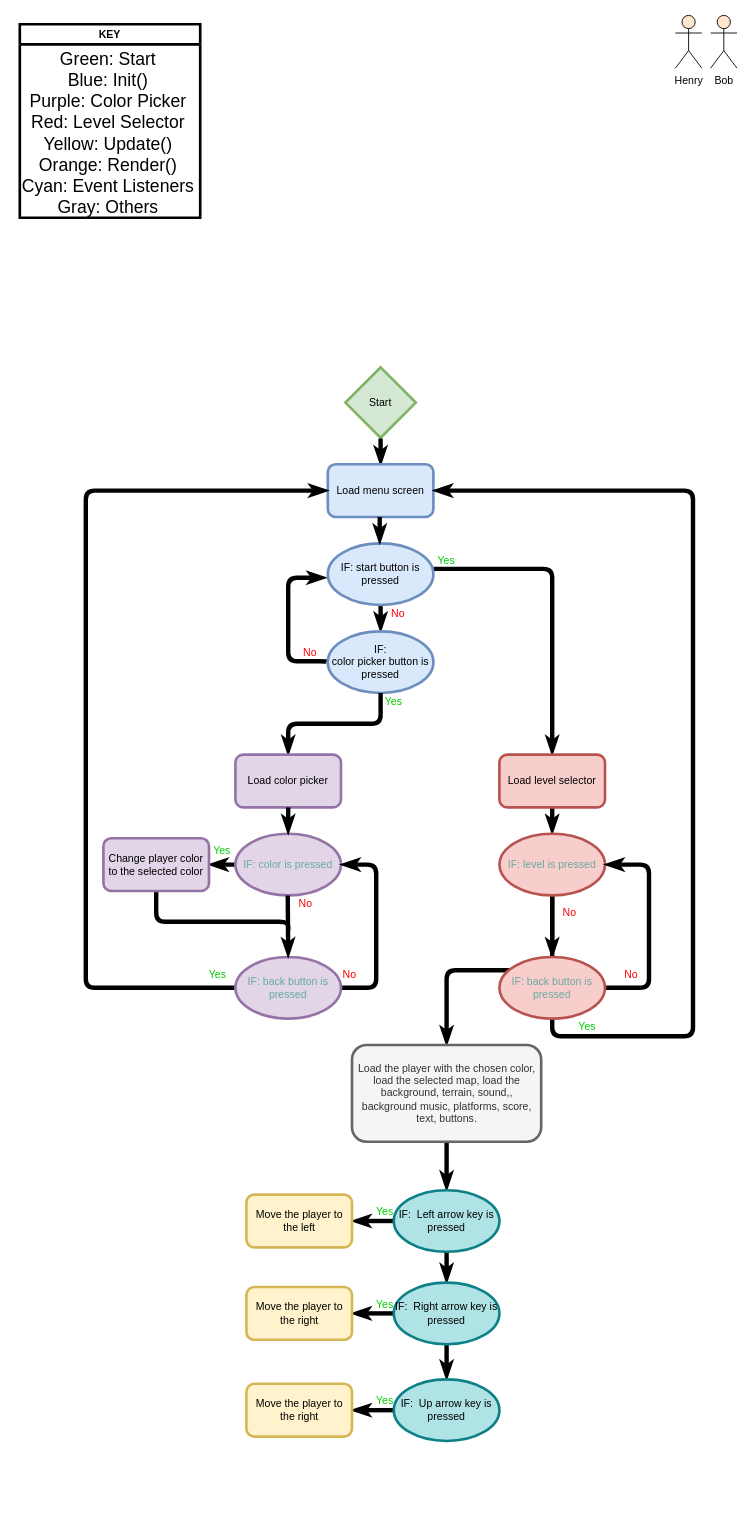
Earlier version of the draw.io diagram adventurePark.drawio (santinx07/adventurePark). Source tidied: cells renumbered, new cells numbered last; positions are measured from the earlier drawing's top-left corner, leaving out a move shared by most shapes. Both pictures are drawn from the tidied source at 88%, with x=0, y=0 at pixel (15, 15).
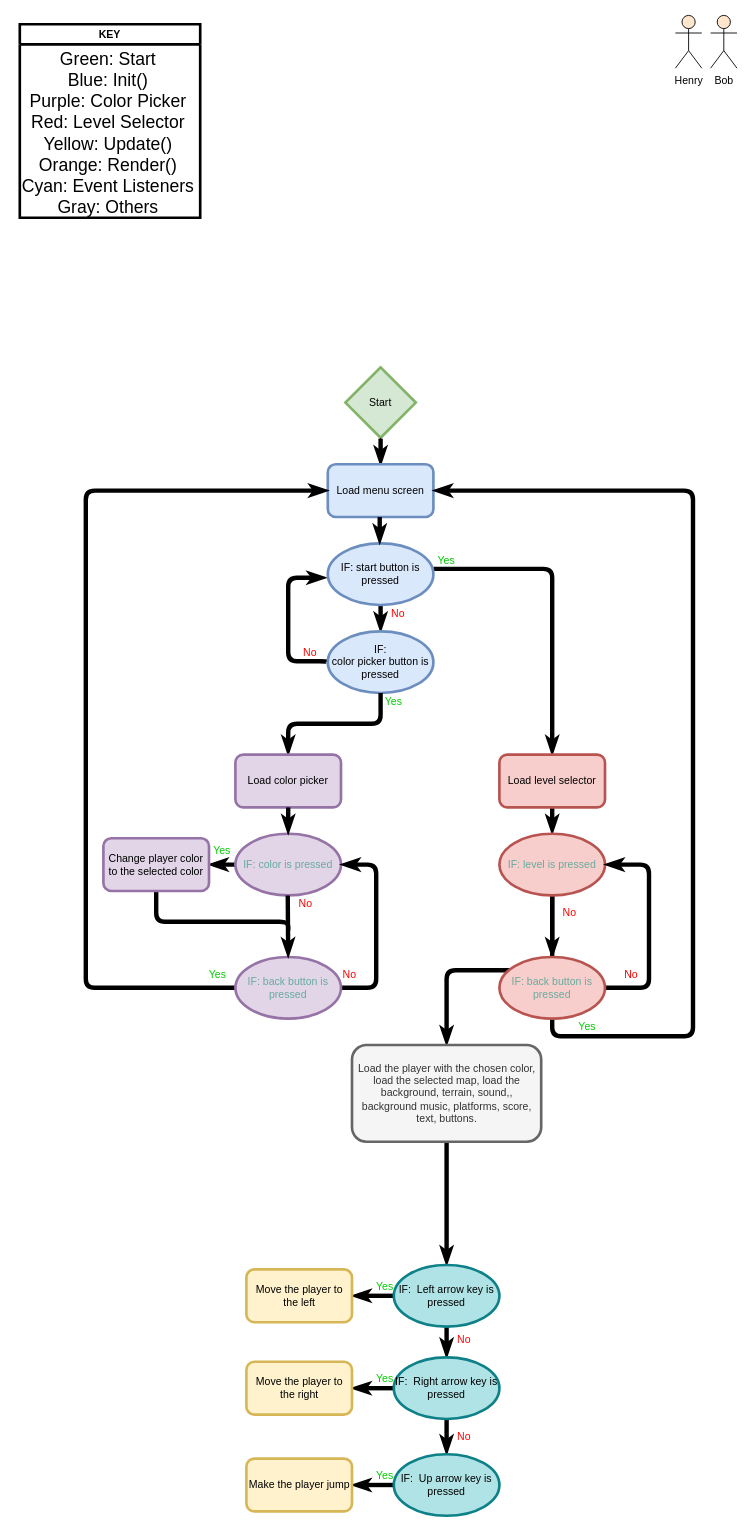
After the change.

Change to the diagram source:
```diff
@@
     <mxCell id="51" value="&lt;span&gt;IF:&amp;nbsp; Left arrow key is pressed&lt;br&gt;&lt;/span&gt;" style="ellipse;whiteSpace=wrap;html=1;fillColor=#b0e3e6;strokeColor=#0e8088;strokeWidth=3;" parent="1" vertex="1">
-      <mxGeometry x="430" y="1335" width="120" height="70" as="geometry" />
+      <mxGeometry x="430" y="1420" width="120" height="70" as="geometry" />
     </mxCell>
     <mxCell id="52" value="Move the player to the left" style="rounded=1;whiteSpace=wrap;html=1;fillColor=#fff2cc;strokeColor=#d6b656;strokeWidth=3;" parent="1" vertex="1">
-      <mxGeometry x="262.5" y="1340" width="120" height="60" as="geometry" />
+      <mxGeometry x="262.5" y="1425" width="120" height="60" as="geometry" />
     </mxCell>
     <mxCell id="53" value="&lt;font color=&quot;#00cc00&quot;&gt;Yes&lt;/font&gt;" style="text;html=1;strokeColor=none;fillColor=none;align=center;verticalAlign=middle;whiteSpace=wrap;rounded=0;" parent="1" vertex="1">
-      <mxGeometry x="400" y="1350" width="40" height="20" as="geometry" />
+      <mxGeometry x="400" y="1435" width="40" height="20" as="geometry" />
     </mxCell>
@@
     <mxCell id="56" value="&lt;span&gt;IF:&amp;nbsp; Right arrow key is pressed&lt;br&gt;&lt;/span&gt;" style="ellipse;whiteSpace=wrap;html=1;fillColor=#b0e3e6;strokeColor=#0e8088;strokeWidth=3;" parent="1" vertex="1">
-      <mxGeometry x="430" y="1440" width="120" height="70" as="geometry" />
+      <mxGeometry x="430" y="1525" width="120" height="70" as="geometry" />
     </mxCell>
     <mxCell id="57" value="Move the player to the right" style="rounded=1;whiteSpace=wrap;html=1;fillColor=#fff2cc;strokeColor=#d6b656;strokeWidth=3;" parent="1" vertex="1">
-      <mxGeometry x="262.5" y="1445" width="120" height="60" as="geometry" />
+      <mxGeometry x="262.5" y="1530" width="120" height="60" as="geometry" />
     </mxCell>
     <mxCell id="58" value="&lt;font color=&quot;#00cc00&quot;&gt;Yes&lt;/font&gt;" style="text;html=1;strokeColor=none;fillColor=none;align=center;verticalAlign=middle;whiteSpace=wrap;rounded=0;" parent="1" vertex="1">
-      <mxGeometry x="400" y="1455" width="40" height="20" as="geometry" />
+      <mxGeometry x="400" y="1540" width="40" height="20" as="geometry" />
     </mxCell>
@@
     <mxCell id="60" value="&lt;span&gt;IF:&amp;nbsp; Up arrow key is pressed&lt;br&gt;&lt;/span&gt;" style="ellipse;whiteSpace=wrap;html=1;fillColor=#b0e3e6;strokeColor=#0e8088;strokeWidth=3;" parent="1" vertex="1">
-      <mxGeometry x="430" y="1550" width="120" height="70" as="geometry" />
+      <mxGeometry x="430" y="1635" width="120" height="70" as="geometry" />
     </mxCell>
-    <mxCell id="61" value="Move the player to the right" style="rounded=1;whiteSpace=wrap;html=1;fillColor=#fff2cc;strokeColor=#d6b656;strokeWidth=3;" parent="1" vertex="1">
-      <mxGeometry x="262.5" y="1555" width="120" height="60" as="geometry" />
+    <mxCell id="61" value="Make the player jump" style="rounded=1;whiteSpace=wrap;html=1;fillColor=#fff2cc;strokeColor=#d6b656;strokeWidth=3;" parent="1" vertex="1">
+      <mxGeometry x="262.5" y="1640" width="120" height="60" as="geometry" />
     </mxCell>
     <mxCell id="62" value="&lt;font color=&quot;#00cc00&quot;&gt;Yes&lt;/font&gt;" style="text;html=1;strokeColor=none;fillColor=none;align=center;verticalAlign=middle;whiteSpace=wrap;rounded=0;" parent="1" vertex="1">
-      <mxGeometry x="400" y="1565" width="40" height="20" as="geometry" />
+      <mxGeometry x="400" y="1650" width="40" height="20" as="geometry" />
     </mxCell>
+    <mxCell id="63" value="&lt;font color=&quot;#ff0000&quot;&gt;No&lt;/font&gt;" style="text;html=1;strokeColor=none;fillColor=none;align=center;verticalAlign=middle;whiteSpace=wrap;rounded=0;" parent="1" vertex="1">
+      <mxGeometry x="490" y="1495" width="40" height="20" as="geometry" />
+    </mxCell>
+    <mxCell id="64" value="&lt;font color=&quot;#ff0000&quot;&gt;No&lt;/font&gt;" style="text;html=1;strokeColor=none;fillColor=none;align=center;verticalAlign=middle;whiteSpace=wrap;rounded=0;" parent="1" vertex="1">
+      <mxGeometry x="490" y="1605" width="40" height="20" as="geometry" />
+    </mxCell>
```
